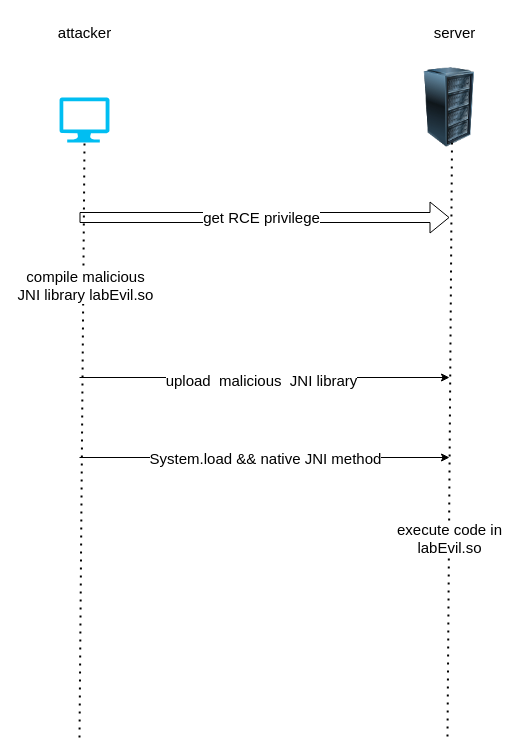
This is jni.drawio from KingBridgeSS/diagrams, a draw.io file, before an edit. Source tidied: cells renumbered, new cells numbered last; positions are measured from the earlier drawing's top-left corner, leaving out a move shared by most shapes. Both pictures are drawn from the tidied source at 100%, with x=0, y=0 at pixel (49, 17).
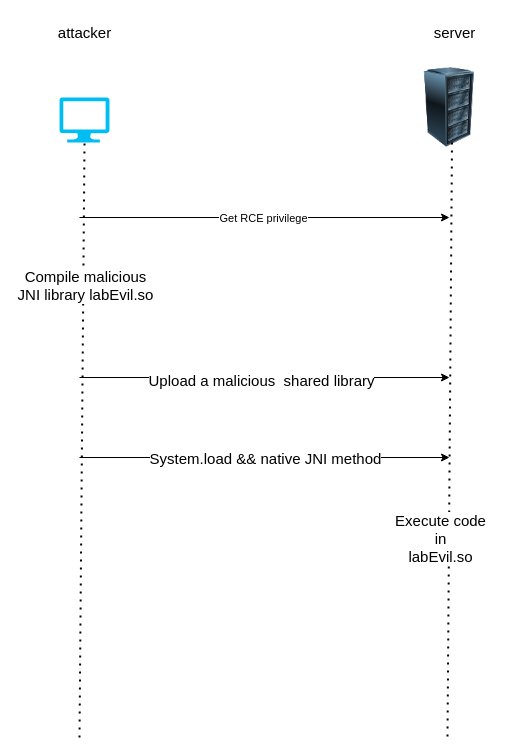
After the change.

The change refers to these unchanged cells:
```xml
<mxCell id="4" style="endArrow=none;dashed=1;html=1;dashPattern=1 3;strokeWidth=2;rounded=0;entryX=0.5;entryY=1;entryDx=0;entryDy=0;entryPerimeter=0;" parent="1" edge="1" target="2">
  <mxGeometry relative="1" as="geometry">
    <mxPoint x="30" y="720" as="sourcePoint" />
  </mxGeometry>
</mxCell>
<mxCell id="6" style="endArrow=none;dashed=1;html=1;dashPattern=1 3;strokeWidth=2;rounded=0;entryX=0.5;entryY=1;entryDx=0;entryDy=0;entryPerimeter=0;" parent="1" edge="1">
  <mxGeometry relative="1" as="geometry">
    <mxPoint x="398" y="719" as="sourcePoint" />
    <mxPoint x="402.5" y="124" as="targetPoint" />
  </mxGeometry>
</mxCell>
<mxCell id="8" style="endArrow=classic;html=1;rounded=0;" parent="1" edge="1">
  <mxGeometry relative="1" as="geometry">
    <mxPoint x="30" y="360" as="sourcePoint" />
    <mxPoint x="400" y="360" as="targetPoint" />
  </mxGeometry>
</mxCell>
```

What changed in the source:
```diff
@@
-    <mxCell id="5" value="&lt;font style=&quot;font-size: 15px;&quot;&gt;compile malicious &lt;br&gt;JNI library labEvil.so&lt;/font&gt;" style="edgeLabel;html=1;align=center;verticalAlign=middle;" parent="4" vertex="1">
+    <mxCell id="5" value="&lt;font style=&quot;font-size: 15px;&quot;&gt;Compile malicious &lt;br&gt;JNI library labEvil.so&lt;/font&gt;" style="edgeLabel;html=1;align=center;verticalAlign=middle;" parent="4" vertex="1">
       <mxGeometry x="0.75" y="4" relative="1" as="geometry">
         <mxPoint x="5" y="69" as="offset" />
       </mxGeometry>
     </mxCell>
@@
-    <mxCell id="7" value="&lt;font style=&quot;font-size: 15px;&quot;&gt;execute code in&lt;br&gt;labEvil.so&lt;/font&gt;" style="edgeLabel;html=1;align=center;verticalAlign=middle;" parent="6" vertex="1">
-      <mxGeometry x="-0.33" relative="1" as="geometry" />
+    <mxCell id="7" value="&lt;font style=&quot;font-size: 15px;&quot;&gt;Execute code &lt;br&gt;in&lt;br&gt;labEvil.so&lt;/font&gt;" style="edgeLabel;html=1;align=center;verticalAlign=middle;" parent="6" vertex="1">
+      <mxGeometry x="-0.33" relative="1" as="geometry">
+        <mxPoint x="-9" as="offset" />
+      </mxGeometry>
     </mxCell>
@@
-    <mxCell id="9" value="&lt;font style=&quot;font-size: 15px;&quot;&gt;upload&amp;nbsp;&amp;nbsp;malicious&amp;nbsp; JNI library&lt;/font&gt;" style="edgeLabel;html=1;align=center;verticalAlign=middle;" parent="8" vertex="1">
+    <mxCell id="9" value="&lt;font style=&quot;font-size: 15px;&quot;&gt;Upload a malicious&amp;nbsp; shared library&lt;/font&gt;" style="edgeLabel;html=1;align=center;verticalAlign=middle;" parent="8" vertex="1">
       <mxGeometry x="-0.02" y="-2" relative="1" as="geometry" />
     </mxCell>
-    <mxCell id="10" style="shape=flexArrow;endArrow=classic;html=1;rounded=0;" parent="1" edge="1">
-      <mxGeometry relative="1" as="geometry">
-        <mxPoint x="30" y="200" as="sourcePoint" />
-        <mxPoint x="400" y="200" as="targetPoint" />
-      </mxGeometry>
-    </mxCell>
-    <mxCell id="11" value="&lt;font style=&quot;font-size: 15px;&quot;&gt;get RCE privilege&lt;/font&gt;" style="edgeLabel;html=1;align=center;verticalAlign=middle;" parent="10" vertex="1">
-      <mxGeometry x="-0.02" y="1" relative="1" as="geometry" />
-    </mxCell>
@@
+    <mxCell id="16" style="endArrow=classic;html=1;rounded=0;" parent="1" edge="1">
+      <mxGeometry relative="1" as="geometry">
+        <mxPoint x="30" y="200" as="sourcePoint" />
+        <mxPoint x="400" y="200" as="targetPoint" />
+      </mxGeometry>
+    </mxCell>
+    <mxCell id="17" value="Get RCE privilege" style="edgeLabel;html=1;align=center;verticalAlign=middle;" parent="16" vertex="1">
+      <mxGeometry x="-0.01" relative="1" as="geometry" />
+    </mxCell>
```
